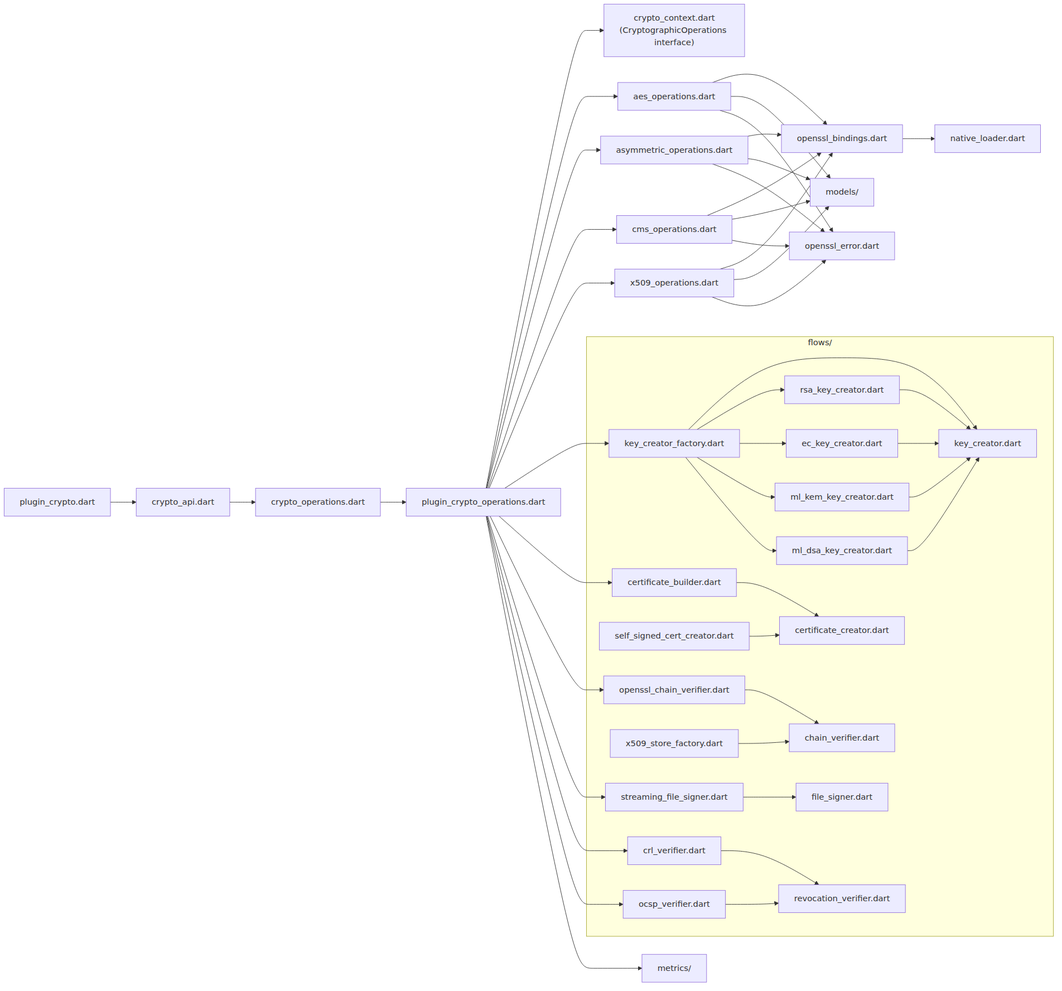
medalha01/Plugin-Crypto keeps this Mermaid diagram as docs/images/diagram_02.png. Above is the earlier version. Its source is kept beside it as docs/images/diagram_02.mmd.
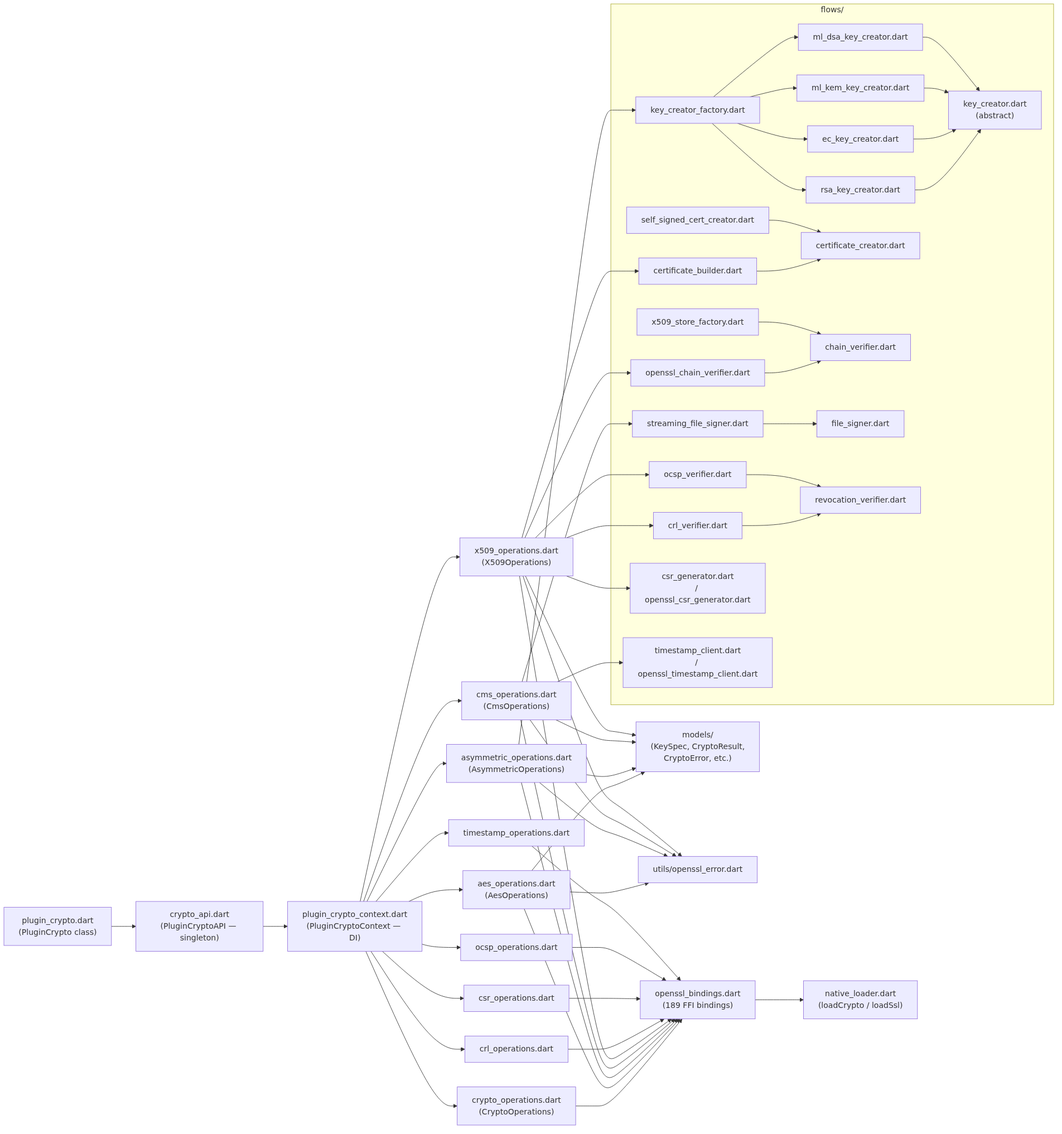
Later version of the same file.

Change to the diagram source:
```diff
@@ -1,21 +1,23 @@
 graph LR
-    API["plugin_crypto.dart"]
-    CRYPTO_API["crypto_api.dart"]
-    OPS["crypto_operations.dart"]
-    PLUGIN_OPS["plugin_crypto_operations.dart"]
-    CONTEXT["crypto_context.dart\n(CryptographicOperations interface)"]
-    AES["aes_operations.dart"]
-    ASYM["asymmetric_operations.dart"]
-    CMS["cms_operations.dart"]
-    X509["x509_operations.dart"]
-    BINDINGS["openssl_bindings.dart"]
-    LOADER["native_loader.dart"]
-    MODELS["models/"]
-    METRICS["metrics/"]
-    ERRORS["openssl_error.dart"]
+    PLUGIN["plugin_crypto.dart\n(PluginCrypto class)"]
+    API["crypto_api.dart\n(PluginCryptoAPI — singleton)"]
+    CTX["plugin_crypto_context.dart\n(PluginCryptoContext — DI)"]
+    CRYPTO["crypto_operations.dart\n(CryptoOperations)"]
+    AES["aes_operations.dart\n(AesOperations)"]
+    ASYM["asymmetric_operations.dart\n(AsymmetricOperations)"]
+    CMS["cms_operations.dart\n(CmsOperations)"]
+    X509["x509_operations.dart\n(X509Operations)"]
+    CRL["crl_operations.dart"]
+    CSR["csr_operations.dart"]
+    OCSP["ocsp_operations.dart"]
+    TS["timestamp_operations.dart"]
+    BINDINGS["openssl_bindings.dart\n(189 FFI bindings)"]
+    LOADER["native_loader.dart\n(loadCrypto / loadSsl)"]
+    MODELS["models/\n(KeySpec, CryptoResult,\nCryptoError, etc.)"]
+    ERRORS["utils/openssl_error.dart"]
 
     subgraph "flows/"
-        KEY_CREATOR["key_creator.dart"]
+        KEY_CREATOR["key_creator.dart\n(abstract)"]
         KEY_FACTORY["key_creator_factory.dart"]
         RSA["rsa_key_creator.dart"]
         EC["ec_key_creator.dart"]
@@ -30,50 +32,34 @@
         FILE_SIGNER["file_signer.dart"]
         STREAMING_SIGNER["streaming_file_signer.dart"]
         REV_VERIFIER["revocation_verifier.dart"]
-        CRL["crl_verifier.dart"]
-        OCSP["ocsp_verifier.dart"]
+        CRL_FLOW["crl_verifier.dart"]
+        OCSP_FLOW["ocsp_verifier.dart"]
+        CSR_FLOW["csr_generator.dart\n/ openssl_csr_generator.dart"]
+        TS_FLOW["timestamp_client.dart\n/ openssl_timestamp_client.dart"]
     end
 
-    API --> CRYPTO_API
-    CRYPTO_API --> OPS
-    OPS --> PLUGIN_OPS
-    PLUGIN_OPS --> CONTEXT
-    PLUGIN_OPS --> AES
-    PLUGIN_OPS --> ASYM
-    PLUGIN_OPS --> CMS
-    PLUGIN_OPS --> X509
+    PLUGIN --> API
+    API --> CTX
+    CTX --> CRYPTO
+    CTX --> AES
+    CTX --> ASYM
+    CTX --> CMS
+    CTX --> X509
+    CTX --> CRL
+    CTX --> CSR
+    CTX --> OCSP
+    CTX --> TS
+
+    CRYPTO --> BINDINGS
     AES --> BINDINGS
     ASYM --> BINDINGS
     CMS --> BINDINGS
     X509 --> BINDINGS
+    CRL --> BINDINGS
+    CSR --> BINDINGS
+    OCSP --> BINDINGS
+    TS --> BINDINGS
     BINDINGS --> LOADER
-
-    KEY_FACTORY --> KEY_CREATOR
-    RSA --> KEY_CREATOR
-    EC --> KEY_CREATOR
-    MLKEM --> KEY_CREATOR
-    MLDSA --> KEY_CREATOR
-    KEY_FACTORY --> RSA
-    KEY_FACTORY --> EC
-    KEY_FACTORY --> MLKEM
-    KEY_FACTORY --> MLDSA
-    PLUGIN_OPS --> KEY_FACTORY
-
-    CERT_BUILDER --> CERT_CREATOR
-    SELF_SIGNED --> CERT_CREATOR
-    PLUGIN_OPS --> CERT_BUILDER
-
-    OPENSSL_CHAIN --> CHAIN_VERIFIER
-    STORE_FACTORY --> CHAIN_VERIFIER
-    PLUGIN_OPS --> OPENSSL_CHAIN
-
-    STREAMING_SIGNER --> FILE_SIGNER
-    PLUGIN_OPS --> STREAMING_SIGNER
-
-    CRL --> REV_VERIFIER
-    OCSP --> REV_VERIFIER
-    PLUGIN_OPS --> CRL
-    PLUGIN_OPS --> OCSP
 
     AES --> MODELS
     ASYM --> MODELS
@@ -83,4 +69,32 @@
     ASYM --> ERRORS
     CMS --> ERRORS
     X509 --> ERRORS
-    PLUGIN_OPS --> METRICS
+
+    RSA --> KEY_CREATOR
+    EC --> KEY_CREATOR
+    MLKEM --> KEY_CREATOR
+    MLDSA --> KEY_CREATOR
+    KEY_FACTORY --> RSA
+    KEY_FACTORY --> EC
+    KEY_FACTORY --> MLKEM
+    KEY_FACTORY --> MLDSA
+    ASYM --> KEY_FACTORY
+
+    CERT_BUILDER --> CERT_CREATOR
+    SELF_SIGNED --> CERT_CREATOR
+    X509 --> CERT_BUILDER
+
+    OPENSSL_CHAIN --> CHAIN_VERIFIER
+    STORE_FACTORY --> CHAIN_VERIFIER
+    X509 --> OPENSSL_CHAIN
+
+    STREAMING_SIGNER --> FILE_SIGNER
+    CMS --> STREAMING_SIGNER
+
+    CRL_FLOW --> REV_VERIFIER
+    OCSP_FLOW --> REV_VERIFIER
+    X509 --> CRL_FLOW
+    X509 --> OCSP_FLOW
+
+    X509 --> CSR_FLOW
+    CMS --> TS_FLOW
```
